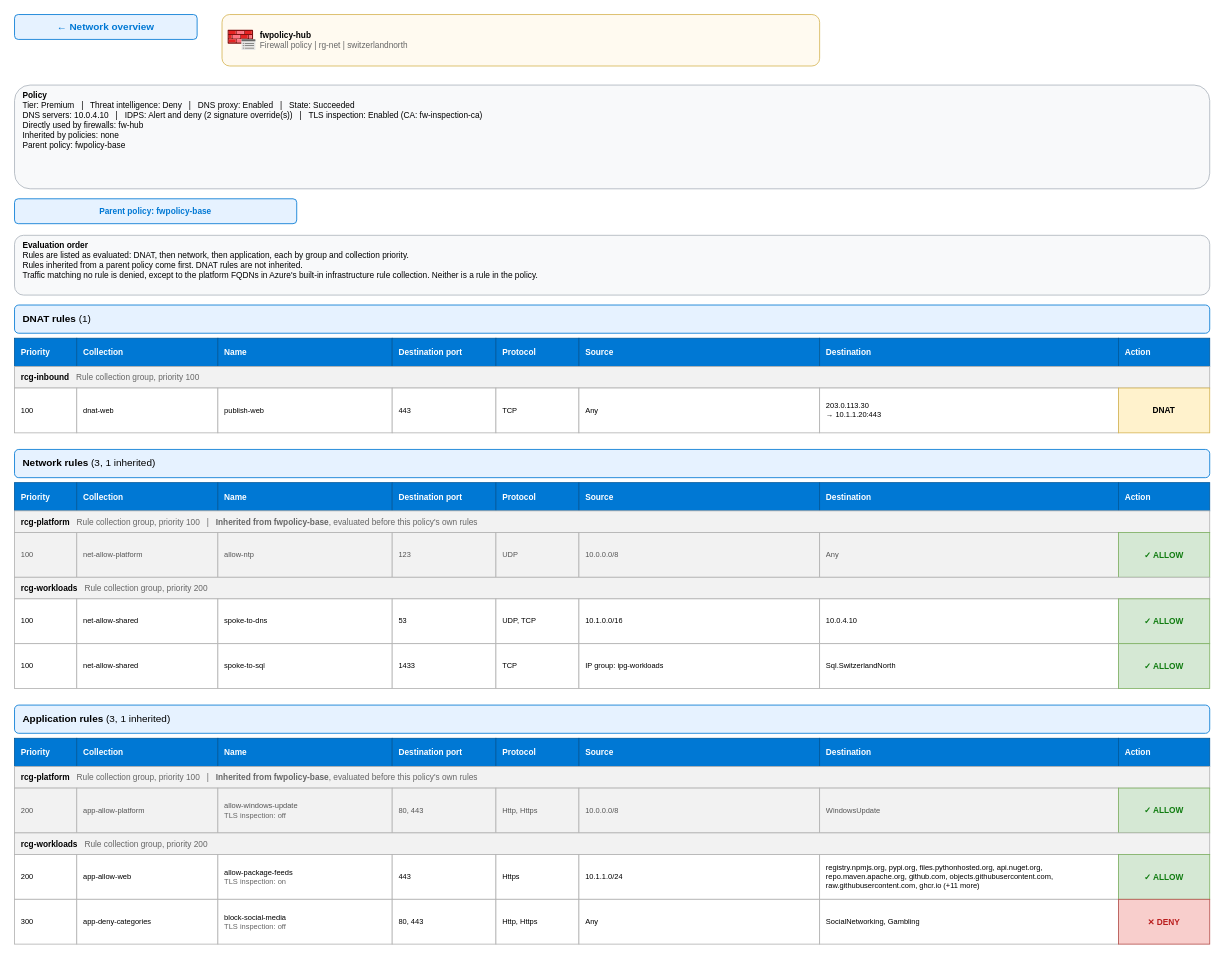
zh54321/VNetAtlas keeps this draw.io diagram as page "Firewall policy - fwpolicy-hub" (16 of 17) of sample-network.drawio. Above is the earlier version. Source tidied: cells renumbered, new cells numbered last; positions are measured from the earlier drawing's top-left corner, leaving out a move shared by most shapes. Both pictures are drawn from the tidied source at 83%, with x=0, y=0 at pixel (14, 14).
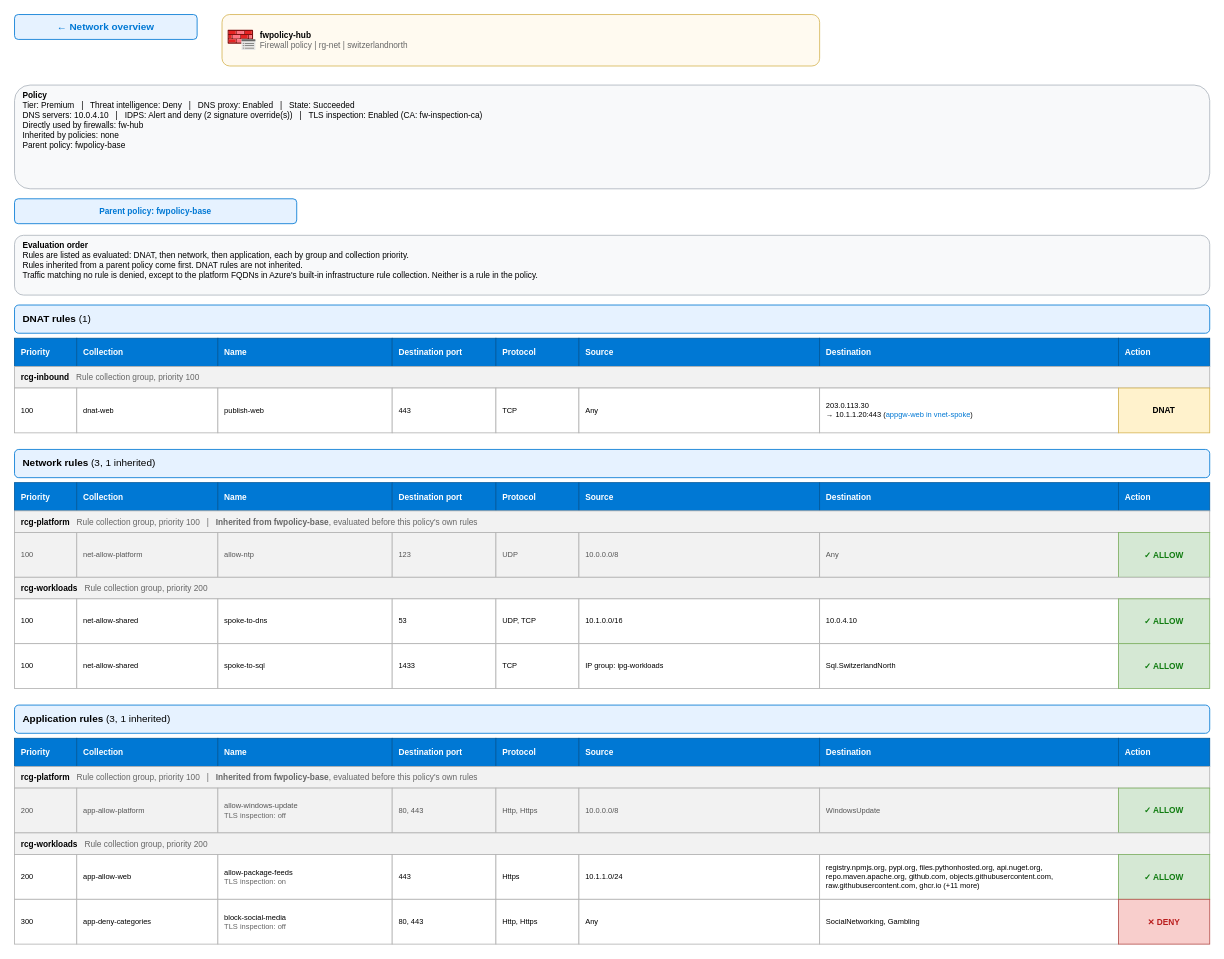
The same page after the edit.

The edit, as a diff of the source:
```diff
@@
-    <mxCell id="23" value="203.0.113.30&lt;br&gt;&amp;#8594; 10.1.1.20:443" style="rounded=0;whiteSpace=wrap;html=1;fillColor=light-dark(#ffffff,#2b2d31);strokeColor=light-dark(#b3b3b3,#3e4148);fontSize=9;align=left;spacingLeft=6;overflow=hidden;fontColor=light-dark(#000000,#dcdde0);" parent="1" vertex="1">
+    <mxCell id="23" value="203.0.113.30&lt;br&gt;&amp;#8594; 10.1.1.20:443 (&lt;font color='#0078d4'&gt;appgw-web in vnet-spoke&lt;/font&gt;)" style="rounded=0;whiteSpace=wrap;html=1;fillColor=light-dark(#ffffff,#2b2d31);strokeColor=light-dark(#b3b3b3,#3e4148);fontSize=9;align=left;spacingLeft=6;overflow=hidden;fontColor=light-dark(#000000,#dcdde0);" parent="1" vertex="1">
       <mxGeometry x="970" y="450" width="360" height="54" as="geometry" />
     </mxCell>
```
